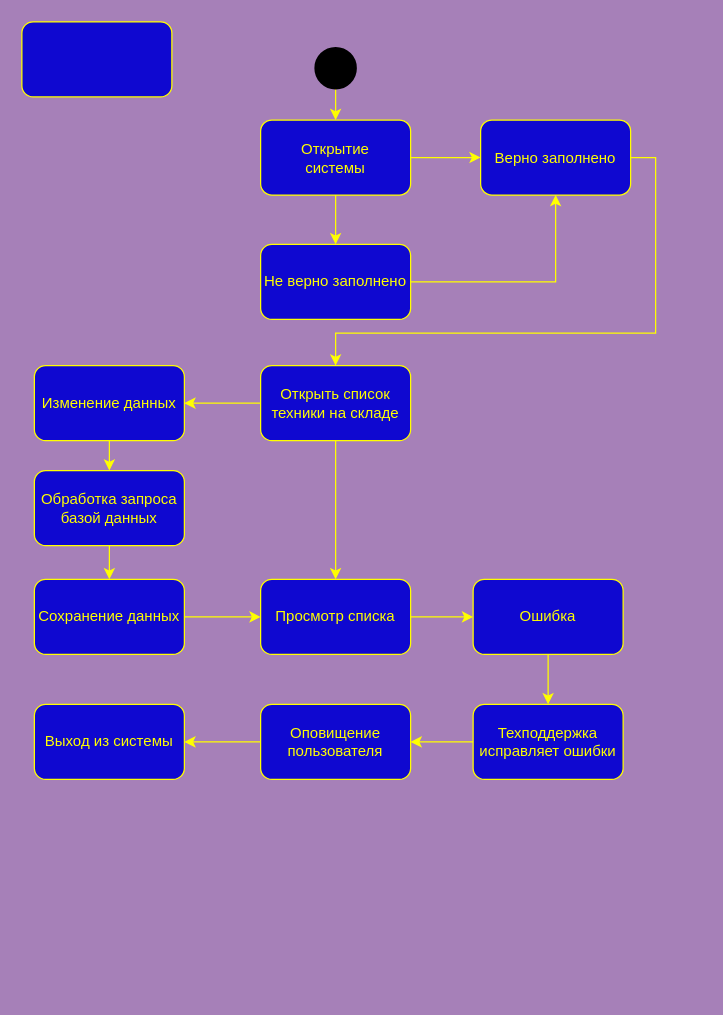
Above: Lab10.drawio in Simonenko75/Simonenko75 (draw.io), before the change. Source tidied: cells renumbered, new cells numbered last; positions are measured from the earlier drawing's top-left corner, leaving out a move shared by most shapes. Both pictures are drawn from the tidied source at 125%, with x=0, y=0 at pixel (21, 21).
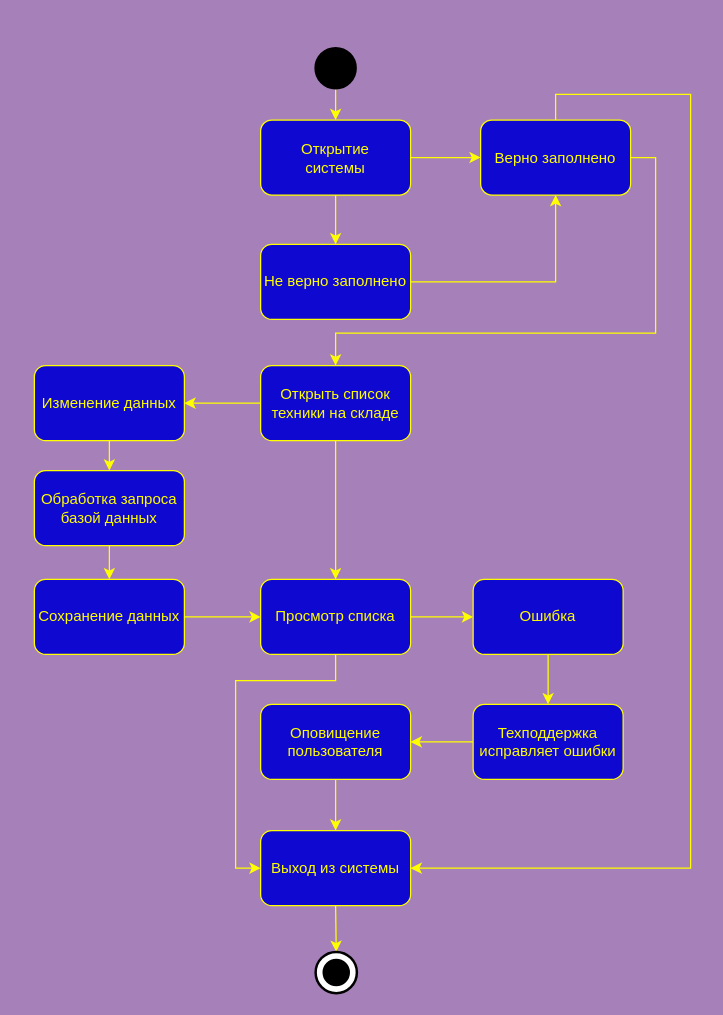
Above is the later version.

Unchanged cells that the change refers to:
```xml
<mxCell id="11" value="Верно заполнено" style="rounded=1;whiteSpace=wrap;html=1;fillColor=#0F08D0;strokeColor=#FFFF00;fontColor=#FFFF00;" parent="1" vertex="1">
  <mxGeometry x="367" y="78.5" width="120" height="60" as="geometry" />
</mxCell>
<mxCell id="22" value="Просмотр списка" style="rounded=1;whiteSpace=wrap;html=1;fillColor=#0F08D0;strokeColor=#FFFF00;fontColor=#FFFF00;" parent="1" vertex="1">
  <mxGeometry x="191" y="446" width="120" height="60" as="geometry" />
</mxCell>
<mxCell id="28" value="Оповищение пользователя" style="rounded=1;whiteSpace=wrap;html=1;fillColor=#0F08D0;strokeColor=#FFFF00;fontColor=#FFFF00;" parent="1" vertex="1">
  <mxGeometry x="191" y="546" width="120" height="60" as="geometry" />
</mxCell>
```

The edit, as a diff of the source:
```diff
@@
-    <mxCell id="9" style="rounded=1;whiteSpace=wrap;html=1;fillColor=#0F08D0;strokeColor=#FFFF00;fontColor=#FFFF00;" parent="1" vertex="1">
-      <mxGeometry width="120" height="60" as="geometry" />
-    </mxCell>
@@
+    <mxCell id="30" style="edgeStyle=orthogonalEdgeStyle;rounded=0;jettySize=auto;html=1;exitX=0.5;exitY=0;exitDx=0;exitDy=0;entryX=1;entryY=0.5;entryDx=0;entryDy=0;strokeColor=#FFFF00;" parent="1" edge="1" source="11" target="29">
+      <mxGeometry relative="1" as="geometry">
+        <Array as="points">
+          <mxPoint x="427" y="58" />
+          <mxPoint x="535" y="58" />
+          <mxPoint x="535" y="677" />
+        </Array>
+      </mxGeometry>
+    </mxCell>
@@
+    <mxCell id="31" style="edgeStyle=orthogonalEdgeStyle;rounded=0;jettySize=auto;html=1;exitX=0.5;exitY=1;exitDx=0;exitDy=0;entryX=0;entryY=0.5;entryDx=0;entryDy=0;strokeColor=#FFFF00;" parent="1" edge="1" source="22" target="29">
+      <mxGeometry relative="1" as="geometry">
+        <Array as="points">
+          <mxPoint x="251" y="527" />
+          <mxPoint x="171" y="527" />
+          <mxPoint x="171" y="677" />
+        </Array>
+      </mxGeometry>
+    </mxCell>
@@
-    <mxCell id="27" style="edgeStyle=orthogonalEdgeStyle;rounded=0;jettySize=auto;html=1;exitX=0;exitY=0.5;exitDx=0;exitDy=0;entryX=1;entryY=0.5;entryDx=0;entryDy=0;strokeColor=#FFFF00;" parent="1" edge="1" source="28" target="29">
+    <mxCell id="27" style="edgeStyle=orthogonalEdgeStyle;rounded=0;jettySize=auto;html=1;exitX=0.5;exitY=1;exitDx=0;exitDy=0;entryX=0.5;entryY=0;entryDx=0;entryDy=0;strokeColor=#FFFF00;" parent="1" edge="1" source="28" target="29">
       <mxGeometry relative="1" as="geometry" />
     </mxCell>
@@
+    <mxCell id="32" style="edgeStyle=orthogonalEdgeStyle;rounded=0;jettySize=auto;html=1;exitX=0.5;exitY=1;exitDx=0;exitDy=0;entryX=0.5;entryY=0;entryDx=0;entryDy=0;entryPerimeter=0;strokeColor=#FFFF00;" parent="1" edge="1" source="29" target="33">
+      <mxGeometry relative="1" as="geometry" />
+    </mxCell>
     <mxCell id="29" value="Выход из системы" style="rounded=1;whiteSpace=wrap;html=1;fillColor=#0F08D0;strokeColor=#FFFF00;fontColor=#FFFF00;" parent="1" vertex="1">
-      <mxGeometry x="10" y="546" width="120" height="60" as="geometry" />
+      <mxGeometry x="191" y="647" width="120" height="60" as="geometry" />
     </mxCell>
+    <mxCell id="33" style="strokeWidth=2;html=1;shape=mxgraph.flowchart.start_2;whiteSpace=wrap;" parent="1" vertex="1">
+      <mxGeometry x="235" y="744" width="33" height="33" as="geometry" />
+    </mxCell>
+    <mxCell id="34" style="strokeWidth=2;html=1;shape=mxgraph.flowchart.start_2;whiteSpace=wrap;fillColor=#000000;" parent="1" vertex="1">
+      <mxGeometry x="241.5" y="750.5" width="20" height="20" as="geometry" />
+    </mxCell>
```
